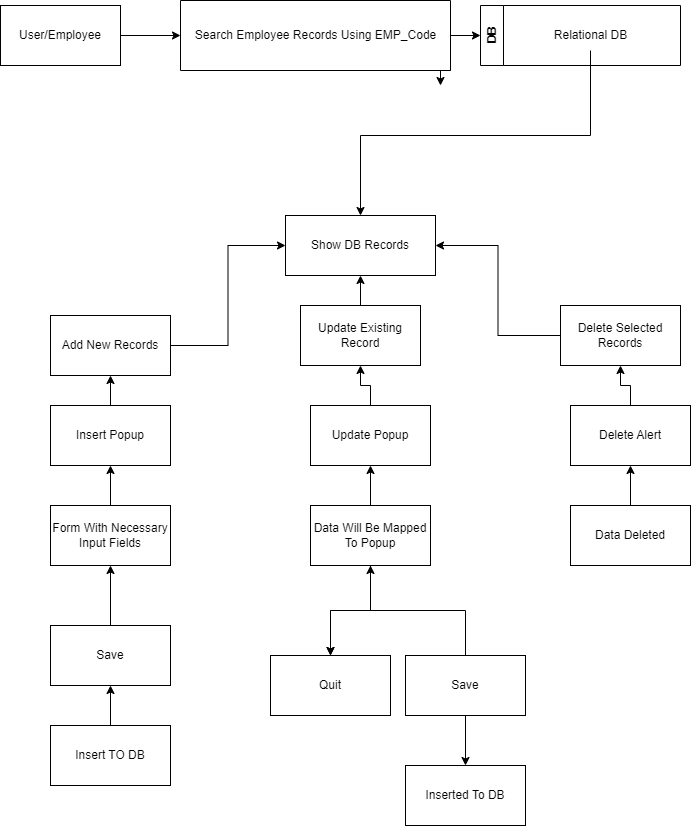
mananhiteshkataria/drawio keeps this draw.io diagram as eauser_report.drawio.png. Above is the earlier version. Source tidied: cells renumbered, new cells last; positions are measured from the earlier drawing's top-left corner, leaving out a move shared by most shapes.
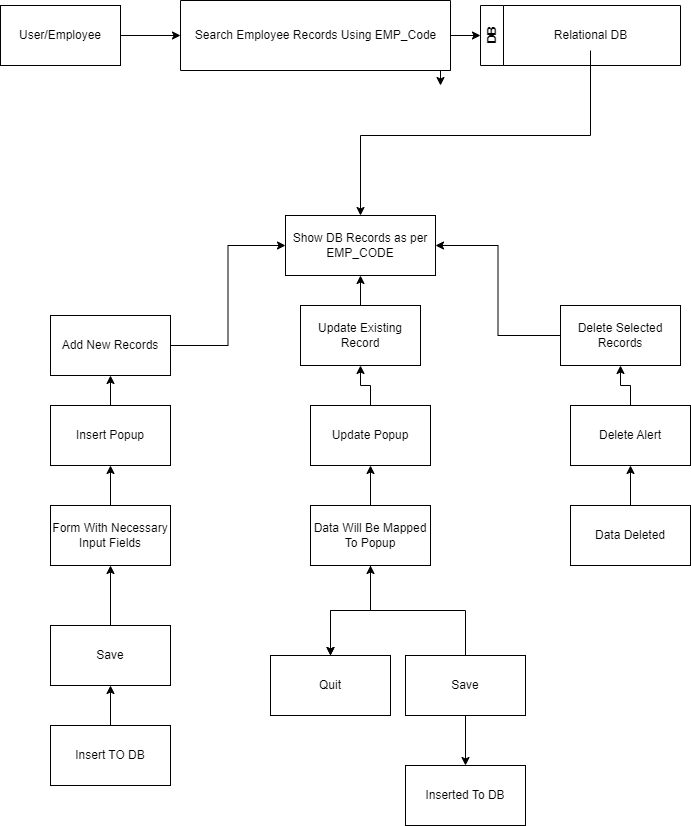
The same file after the commit.

Diff of the diagram source:
```diff
@@ -28,7 +28,7 @@
     <mxCell id="9" value="Relational DB" style="text;html=1;align=center;verticalAlign=middle;points=[];strokeColor=none;fillColor=none;" parent="8" vertex="1">
       <mxGeometry x="60" y="15" width="100" height="30" as="geometry" />
     </mxCell>
-    <mxCell id="10" value="Show DB Records" style="rounded=0;whiteSpace=wrap;html=1;" parent="1" vertex="1">
+    <mxCell id="10" value="Show DB Records as per EMP_CODE" style="rounded=0;whiteSpace=wrap;html=1;" parent="1" vertex="1">
       <mxGeometry x="285" y="215" width="150" height="60" as="geometry" />
     </mxCell>
     <mxCell id="11" style="edgeStyle=orthogonalEdgeStyle;rounded=0;jettySize=auto;html=1;entryX=0;entryY=0.5;entryDx=0;entryDy=0;" parent="1" edge="1" source="12" target="10">
```
